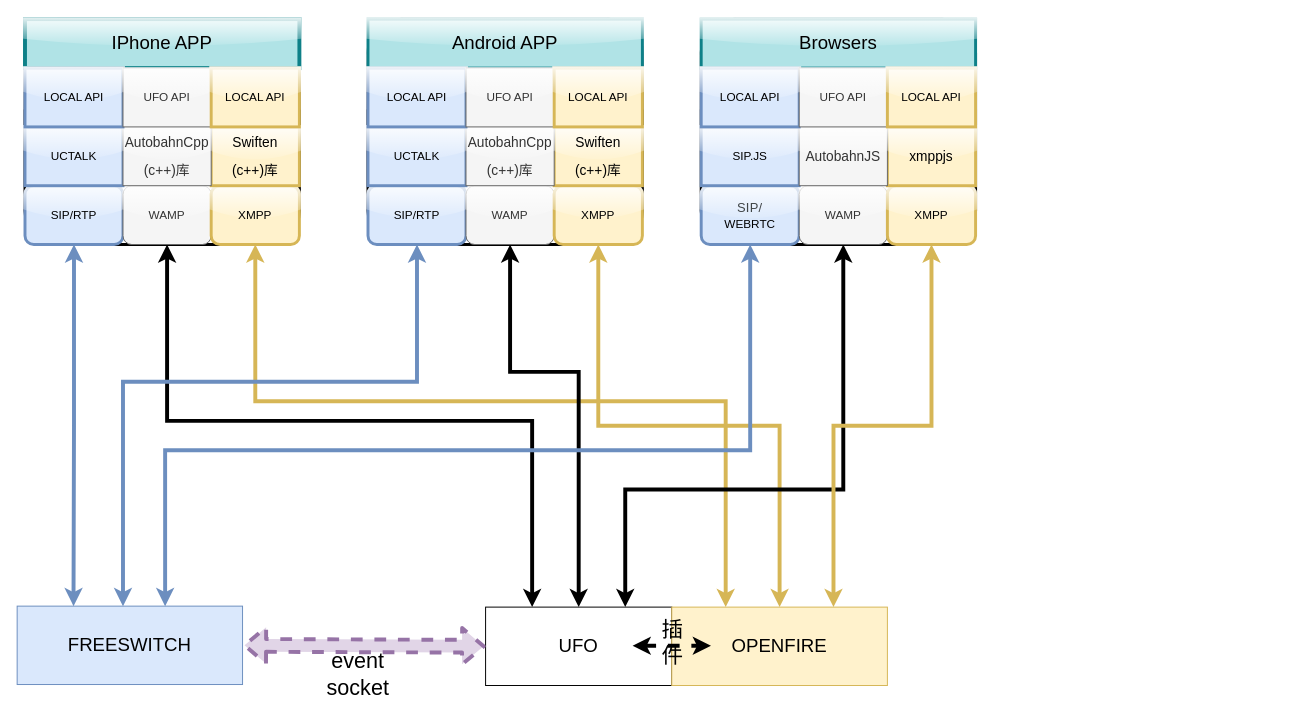
Before: 客户端详细结构图.drawio in uyuy2043/yy, a draw.io diagram. Source tidied: cells renumbered, new cells numbered last; positions are measured from the earlier drawing's top-left corner, leaving out a move shared by most shapes. Both pictures are drawn from the tidied source at 98%, with x=0, y=0 at pixel (17, 19).
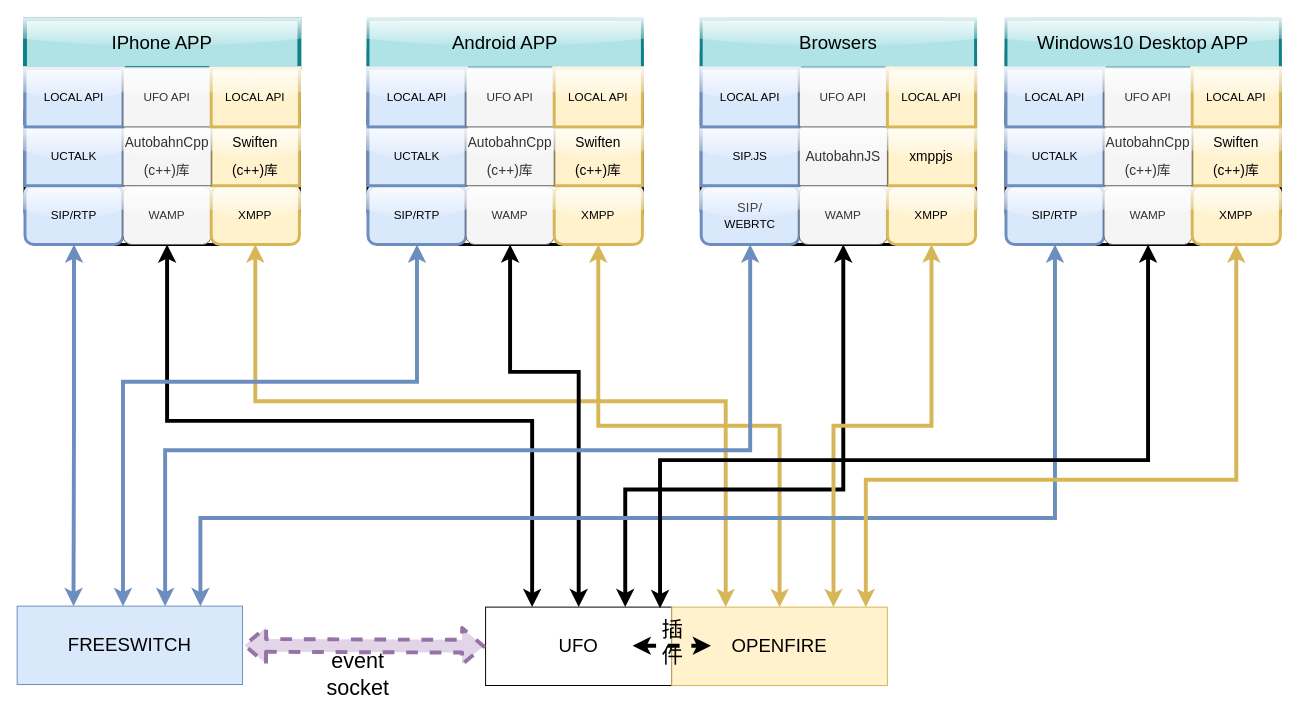
Above is the later version.

Commit message:
更新客户端详细结构图.drawio

Unchanged cells that the change refers to:
```xml
<mxCell id="9" value="&lt;font style=&quot;font-size: 19px&quot;&gt;UFO&lt;/font&gt;" style="rounded=0;whiteSpace=wrap;html=1;" parent="1" vertex="1">
  <mxGeometry x="478" y="600" width="190" height="80" as="geometry" />
</mxCell>
```

Diff of the diagram source:
```diff
@@
+    <mxCell id="51" style="rounded=1;whiteSpace=wrap;html=1;strokeWidth=3;shadow=0;comic=0;glass=1;" parent="1" vertex="1">
+      <mxGeometry x="1009" width="280" height="230" as="geometry" />
+    </mxCell>
+    <mxCell id="52" value="&lt;font style=&quot;font-size: 19px&quot;&gt;Windows10 Desktop APP&lt;/font&gt;" style="rounded=0;whiteSpace=wrap;html=1;fillColor=#b0e3e6;strokeWidth=3;shadow=0;comic=0;glass=1;strokeColor=#0e8088;" parent="1" vertex="1">
+      <mxGeometry x="1009" width="280" height="50" as="geometry" />
+    </mxCell>
+    <mxCell id="53" value="SIP/RTP" style="rounded=1;whiteSpace=wrap;html=1;fillColor=#dae8fc;strokeColor=#6c8ebf;strokeWidth=3;shadow=0;comic=0;glass=1;" parent="1" vertex="1">
+      <mxGeometry x="1009" y="170" width="100" height="60" as="geometry" />
+    </mxCell>
+    <mxCell id="54" value="WAMP" style="rounded=1;whiteSpace=wrap;html=1;fillColor=#f5f5f5;strokeColor=#666666;strokeWidth=1;fontColor=#333333;shadow=0;comic=0;glass=1;" parent="1" vertex="1">
+      <mxGeometry x="1109" y="170" width="90" height="60" as="geometry" />
+    </mxCell>
+    <mxCell id="55" value="UCTALK" style="rounded=0;whiteSpace=wrap;html=1;fillColor=#dae8fc;strokeColor=#6c8ebf;strokeWidth=3;shadow=0;comic=0;glass=1;" parent="1" vertex="1">
+      <mxGeometry x="1009" y="110" width="100" height="60" as="geometry" />
+    </mxCell>
+    <mxCell id="56" value="XMPP" style="rounded=1;whiteSpace=wrap;html=1;fillColor=#fff2cc;strokeColor=#d6b656;strokeWidth=3;shadow=0;comic=0;glass=1;" parent="1" vertex="1">
+      <mxGeometry x="1199" y="170" width="90" height="60" as="geometry" />
+    </mxCell>
+    <mxCell id="57" value="&lt;p class=&quot;MsoNormal&quot;&gt;&lt;span style=&quot;font-size: 10.5000pt&quot;&gt;Swiften&lt;/span&gt;&lt;/p&gt;&lt;p class=&quot;MsoNormal&quot;&gt;&lt;span style=&quot;font-size: 10.5000pt&quot;&gt;(c++)&lt;/span&gt;&lt;span style=&quot;font-size: 10.5000pt&quot;&gt;&lt;font face=&quot;宋体&quot;&gt;库&lt;/font&gt;&lt;/span&gt;&lt;/p&gt;" style="rounded=0;html=1;whiteSpace=wrap;fillColor=#fff2cc;strokeColor=#d6b656;strokeWidth=3;shadow=0;comic=0;glass=1;" parent="1" vertex="1">
+      <mxGeometry x="1199" y="110" width="90" height="60" as="geometry" />
+    </mxCell>
+    <mxCell id="58" value="&lt;p class=&quot;15&quot; style=&quot;margin-left: 18.0000pt ; text-indent: -18.0000pt&quot;&gt;&lt;span style=&quot;font-size: 10.5000pt&quot;&gt;AutobahnCpp&lt;/span&gt;&lt;/p&gt;&lt;p class=&quot;15&quot; style=&quot;margin-left: 18.0000pt ; text-indent: -18.0000pt&quot;&gt;&lt;span style=&quot;font-size: 10.5000pt&quot;&gt;(c++)&lt;/span&gt;&lt;span style=&quot;font-size: 10.5000pt&quot;&gt;&lt;font face=&quot;等线&quot;&gt;库&lt;/font&gt;&lt;/span&gt;&lt;span style=&quot;font-size: 10.5000pt&quot;&gt;&lt;/span&gt;&lt;/p&gt;" style="rounded=0;html=1;whiteSpace=wrap;fillColor=#f5f5f5;strokeColor=#666666;strokeWidth=1;fontColor=#333333;shadow=0;comic=0;glass=1;" parent="1" vertex="1">
+      <mxGeometry x="1109" y="110" width="90" height="60" as="geometry" />
+    </mxCell>
+    <mxCell id="59" value="LOCAL API" style="rounded=0;whiteSpace=wrap;html=1;fillColor=#dae8fc;strokeColor=#6c8ebf;strokeWidth=3;shadow=0;comic=0;glass=1;" parent="1" vertex="1">
+      <mxGeometry x="1009" y="50" width="100" height="60" as="geometry" />
+    </mxCell>
+    <mxCell id="60" value="UFO API" style="rounded=0;whiteSpace=wrap;html=1;fillColor=#f5f5f5;strokeColor=#666666;strokeWidth=1;fontColor=#333333;shadow=0;comic=0;glass=1;" parent="1" vertex="1">
+      <mxGeometry x="1109" y="50" width="90" height="60" as="geometry" />
+    </mxCell>
+    <mxCell id="61" value="LOCAL API" style="rounded=0;whiteSpace=wrap;html=1;fillColor=#fff2cc;strokeColor=#d6b656;strokeWidth=3;shadow=0;comic=0;glass=1;" parent="1" vertex="1">
+      <mxGeometry x="1199" y="50" width="90" height="60" as="geometry" />
+    </mxCell>
+    <mxCell id="62" style="edgeStyle=orthogonalEdgeStyle;rounded=0;orthogonalLoop=1;jettySize=auto;html=1;startArrow=classic;startFill=1;strokeWidth=4;fillColor=#dae8fc;strokeColor=#6c8ebf;entryX=0.813;entryY=0.138;entryDx=0;entryDy=0;entryPerimeter=0;" parent="1" edge="1">
+      <mxGeometry relative="1" as="geometry">
+        <mxPoint x="1059" y="230" as="sourcePoint" />
+        <mxPoint x="187" y="599" as="targetPoint" />
+        <Array as="points">
+          <mxPoint x="1059" y="509" />
+          <mxPoint x="187" y="509" />
+        </Array>
+      </mxGeometry>
+    </mxCell>
+    <mxCell id="63" style="edgeStyle=orthogonalEdgeStyle;rounded=0;jettySize=auto;html=1;entryX=0.937;entryY=0.013;entryDx=0;entryDy=0;startArrow=classic;startFill=1;strokeWidth=4;exitX=0.5;exitY=1;exitDx=0;exitDy=0;entryPerimeter=0;" parent="1" edge="1" source="54" target="9">
+      <mxGeometry relative="1" as="geometry">
+        <Array as="points">
+          <mxPoint x="1154" y="450" />
+          <mxPoint x="656" y="450" />
+        </Array>
+      </mxGeometry>
+    </mxCell>
+    <mxCell id="64" style="edgeStyle=orthogonalEdgeStyle;rounded=0;jettySize=auto;html=1;exitX=0.5;exitY=1;exitDx=0;exitDy=0;startArrow=classic;startFill=1;fillColor=#fff2cc;strokeColor=#d6b656;strokeWidth=4;" parent="1" edge="1" source="56">
+      <mxGeometry relative="1" as="geometry">
+        <mxPoint x="866" y="600" as="targetPoint" />
+        <Array as="points">
+          <mxPoint x="1244" y="470" />
+          <mxPoint x="866" y="470" />
+        </Array>
+      </mxGeometry>
+    </mxCell>
```
